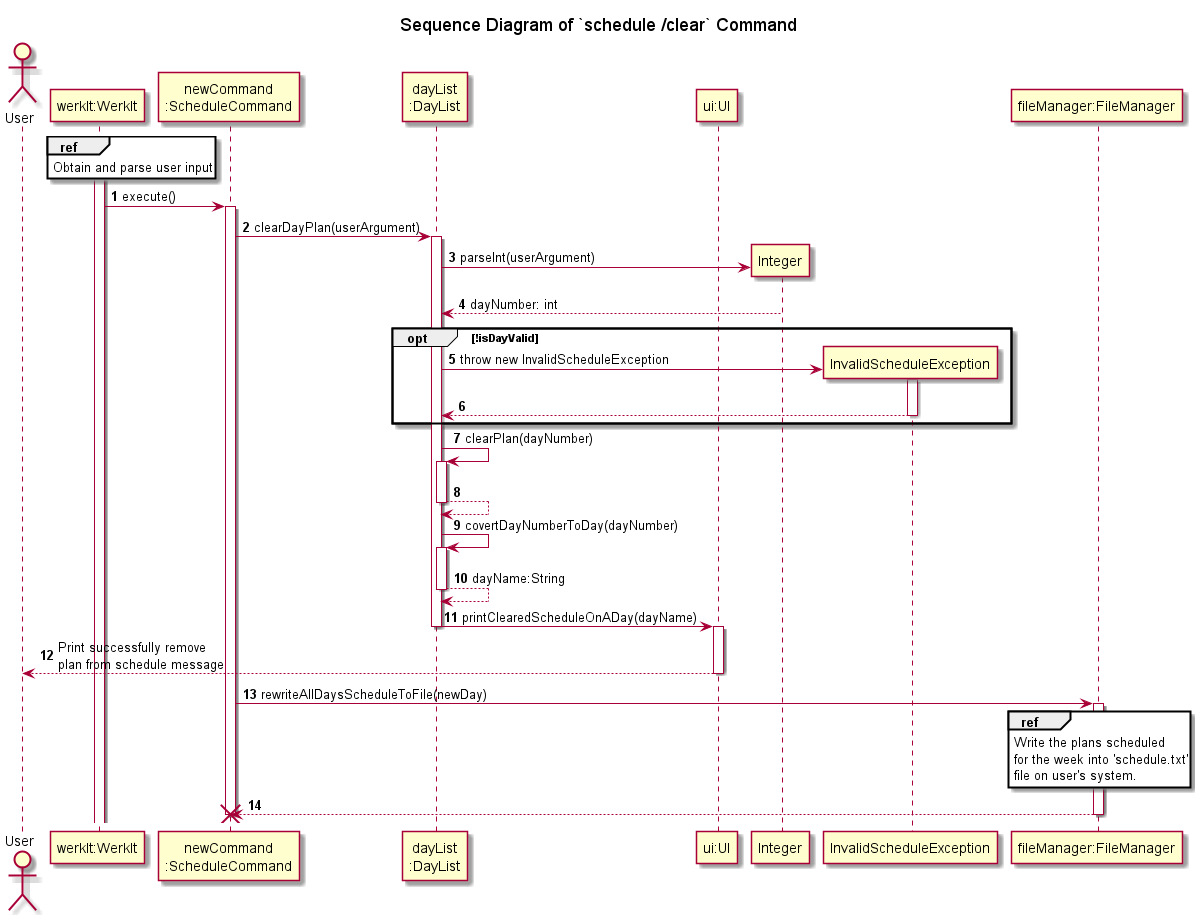
This is docs/uml/sequenceDiagrams/schedule/images/clearSchedule.png from nus-cs2113-AY2122S2/tp, a PlantUML export, as it was before one commit.
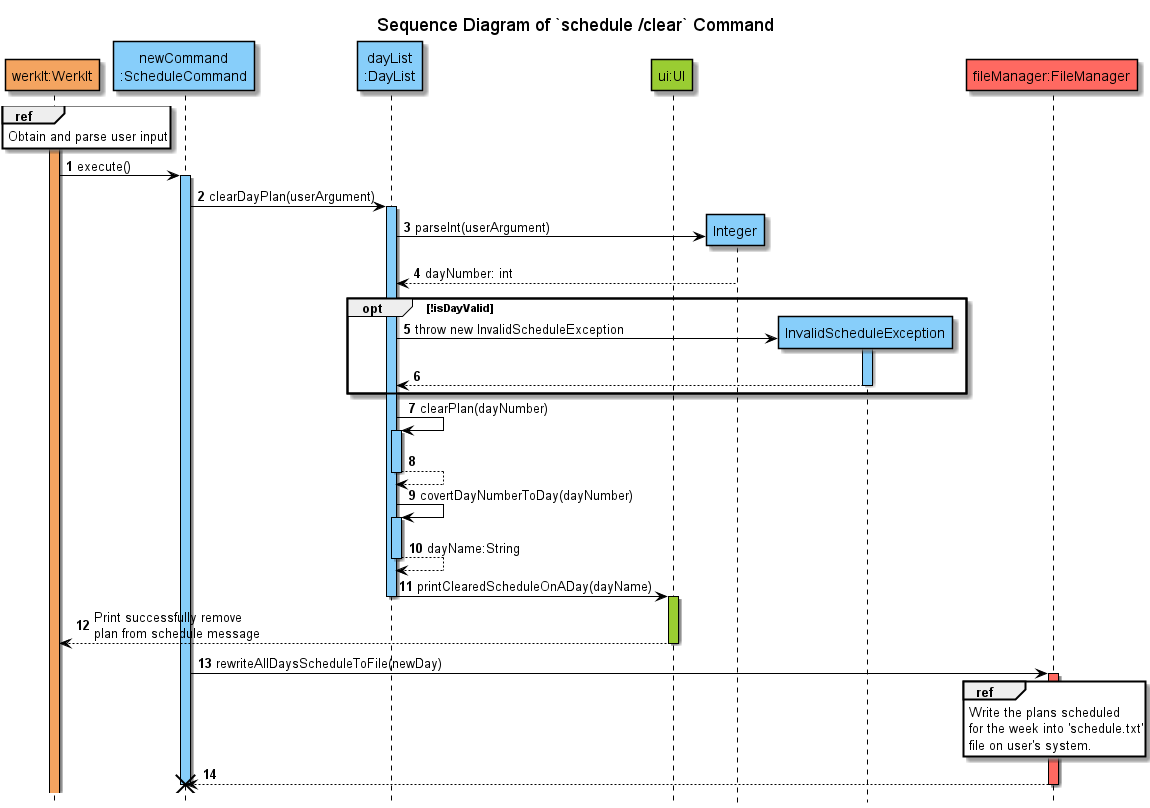
Above is the later version.

What changed in the source:
```diff
@@ -2,52 +2,51 @@
 !include ../../Style.puml
 
 autonumber
+hide footbox
 
 title Sequence Diagram of `schedule /clear` Command
 
-actor   User
-participant "werkIt:WerkIt" AS WerkIt
+participant "werkIt:WerkIt" AS WerkIt COLOR_WERKIT
+participant "newCommand\n:ScheduleCommand" AS newCommand COLOR_LOGIC
+participant "dayList\n:DayList" AS DayList COLOR_LOGIC
+participant "ui:UI" As UI COLOR_UI
 
-participant "newCommand\n:ScheduleCommand" AS newCommand
-participant "dayList\n:DayList" AS DayList
-participant "ui:UI" As UI
-
-activate WerkIt
+activate WerkIt COLOR_WERKIT
 ref over WerkIt
 Obtain and parse user input
 end
 
 WerkIt -> newCommand : execute()
-activate newCommand
+activate newCommand COLOR_LOGIC
 
 newCommand -> DayList : clearDayPlan(userArgument)
-activate DayList
-create "Integer" AS int
+activate DayList COLOR_LOGIC
+create "Integer" AS int COLOR_LOGIC
 DayList -> int: parseInt(userArgument)
 DayList <-- int : dayNumber: int
 
-create InvalidScheduleException AS ise
+create InvalidScheduleException AS ise COLOR_LOGIC
 opt !isDayValid
 DayList -> ise : throw new InvalidScheduleException
-activate ise
+activate ise COLOR_LOGIC
 return
 deactivate ise
 end
 DayList -> DayList : clearPlan(dayNumber)
-activate DayList
+activate DayList COLOR_LOGIC
 return
 DayList -> DayList : covertDayNumberToDay(dayNumber)
-activate DayList
+activate DayList COLOR_LOGIC
 return dayName:String
 DayList -> UI : printClearedScheduleOnADay(dayName)
 deactivate DayList
-activate UI
-UI--> User: Print successfully remove \nplan from schedule message
+activate UI COLOR_UI
+UI--> WerkIt: Print successfully remove \nplan from schedule message
 deactivate UI
 
-participant "fileManager:FileManager" as FileManager
+participant "fileManager:FileManager" as FileManager COLOR_STORAGE
 newCommand -> FileManager : rewriteAllDaysScheduleToFile(newDay)
-activate FileManager
+activate FileManager COLOR_STORAGE
 ref over FileManager
 Write the plans scheduled
 for the week into 'schedule.txt'
```
